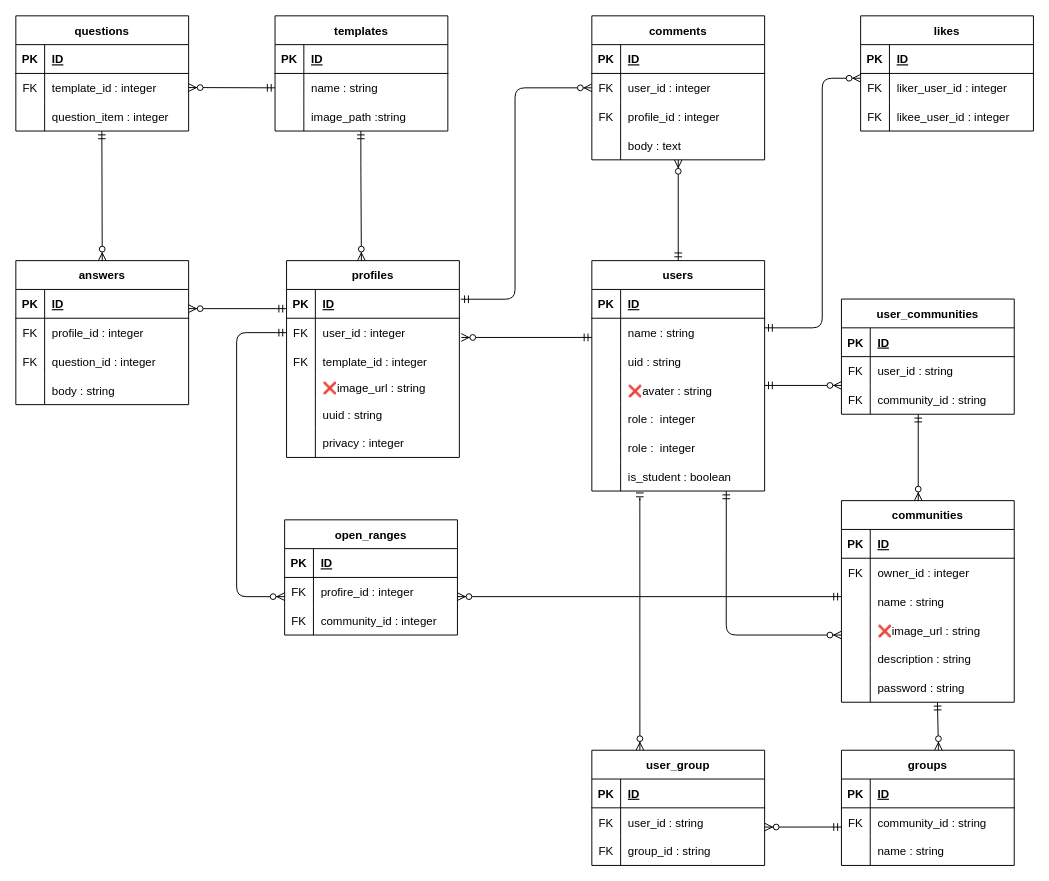
Earlier version of the draw.io diagram kadai/ER_ver2.drawio (mitsu30/Read_me_backend). Source tidied: cells renumbered, new cells numbered last; positions are measured from the earlier drawing's top-left corner, leaving out a move shared by most shapes. Both pictures are drawn from the tidied source at 96%, with x=0, y=0 at pixel (15, 15).
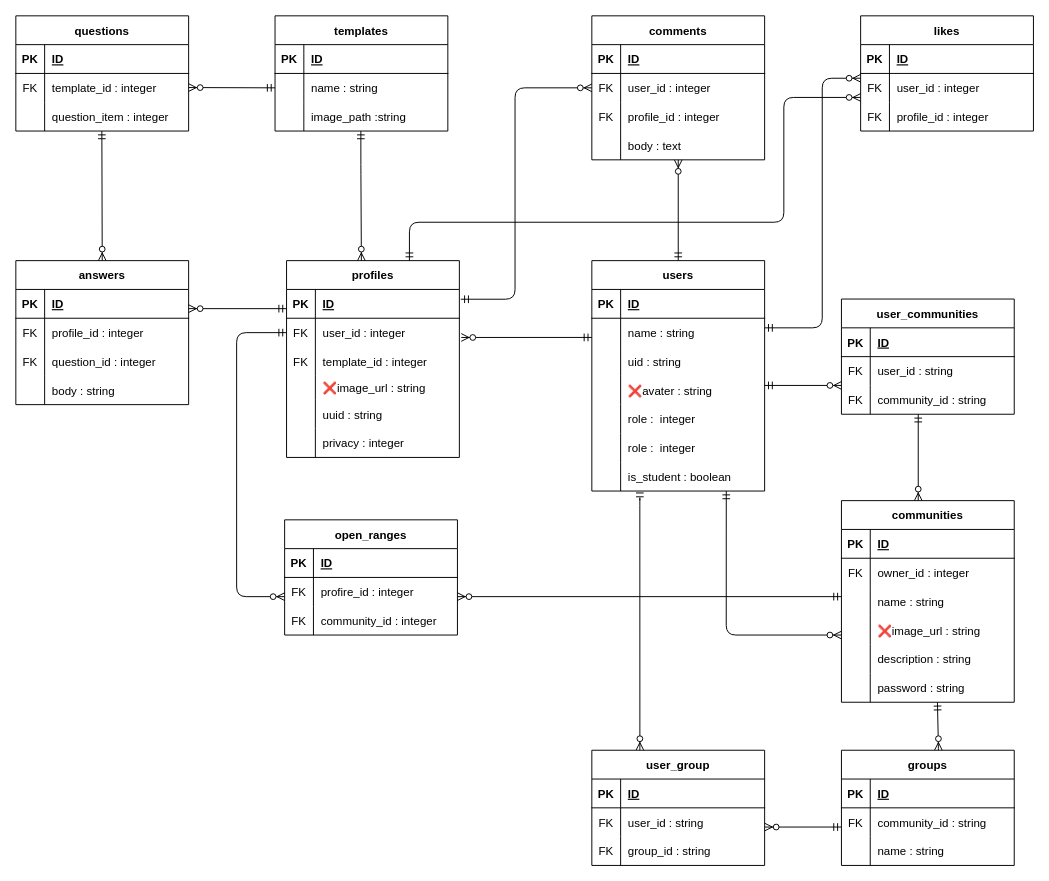
The same page after the edit.

The change refers to these unchanged cells:
```xml
<mxCell id="24" value="profiles" style="shape=table;startSize=30;childLayout=tableLayout;rowLines=0;fontStyle=1;align=center;" parent="1" vertex="1">
  <mxGeometry x="282" y="255" width="180" height="205" as="geometry" />
</mxCell>
<mxCell id="122" style="shape=tableRow;horizontal=0;startSize=0;swimlaneHead=0;swimlaneBody=0;fillColor=none;points=[[0,0.5],[1,0.5]];portConstraint=eastwest;top=0;left=0;right=0;bottom=0;" parent="118" vertex="1">
  <mxGeometry y="60" width="180" height="30" as="geometry" />
</mxCell>
<mxCell id="125" style="shape=tableRow;horizontal=0;startSize=0;swimlaneHead=0;swimlaneBody=0;fillColor=none;top=0;left=0;right=0;bottom=0;" parent="118" vertex="1">
  <mxGeometry y="90" width="180" height="30" as="geometry" />
</mxCell>
```

What changed in the source:
```diff
@@
-    <mxCell id="124" value="liker_user_id : integer" style="shape=partialRectangle;fillColor=none;top=0;left=0;bottom=0;right=0;align=left;spacingLeft=6;overflow=hidden;" parent="122" vertex="1">
+    <mxCell id="124" value="user_id : integer" style="shape=partialRectangle;fillColor=none;top=0;left=0;bottom=0;right=0;align=left;spacingLeft=6;overflow=hidden;" parent="122" vertex="1">
       <mxGeometry x="30" width="150" height="30" as="geometry" />
     </mxCell>
@@
-    <mxCell id="127" value="likee_user_id : integer" style="shape=partialRectangle;fillColor=none;top=0;left=0;bottom=0;right=0;align=left;spacingLeft=6;overflow=hidden;" parent="125" vertex="1">
+    <mxCell id="127" value="profile_id : integer" style="shape=partialRectangle;fillColor=none;top=0;left=0;bottom=0;right=0;align=left;spacingLeft=6;overflow=hidden;" parent="125" vertex="1">
       <mxGeometry x="30" width="150" height="30" as="geometry" />
     </mxCell>
@@
+    <mxCell id="174" style="edgeStyle=orthogonalEdgeStyle;fontSize=12;html=1;endArrow=ERzeroToMany;startArrow=ERmandOne;entryX=0;entryY=0.5;entryDx=0;entryDy=0;exitX=0.711;exitY=0;exitDx=0;exitDy=0;exitPerimeter=0;" parent="1" edge="1" source="24">
+      <mxGeometry relative="1" as="geometry">
+        <mxPoint x="880" y="85" as="targetPoint" />
+        <Array as="points">
+          <mxPoint x="410" y="215" />
+          <mxPoint x="800" y="215" />
+          <mxPoint x="800" y="85" />
+        </Array>
+      </mxGeometry>
+    </mxCell>
```
